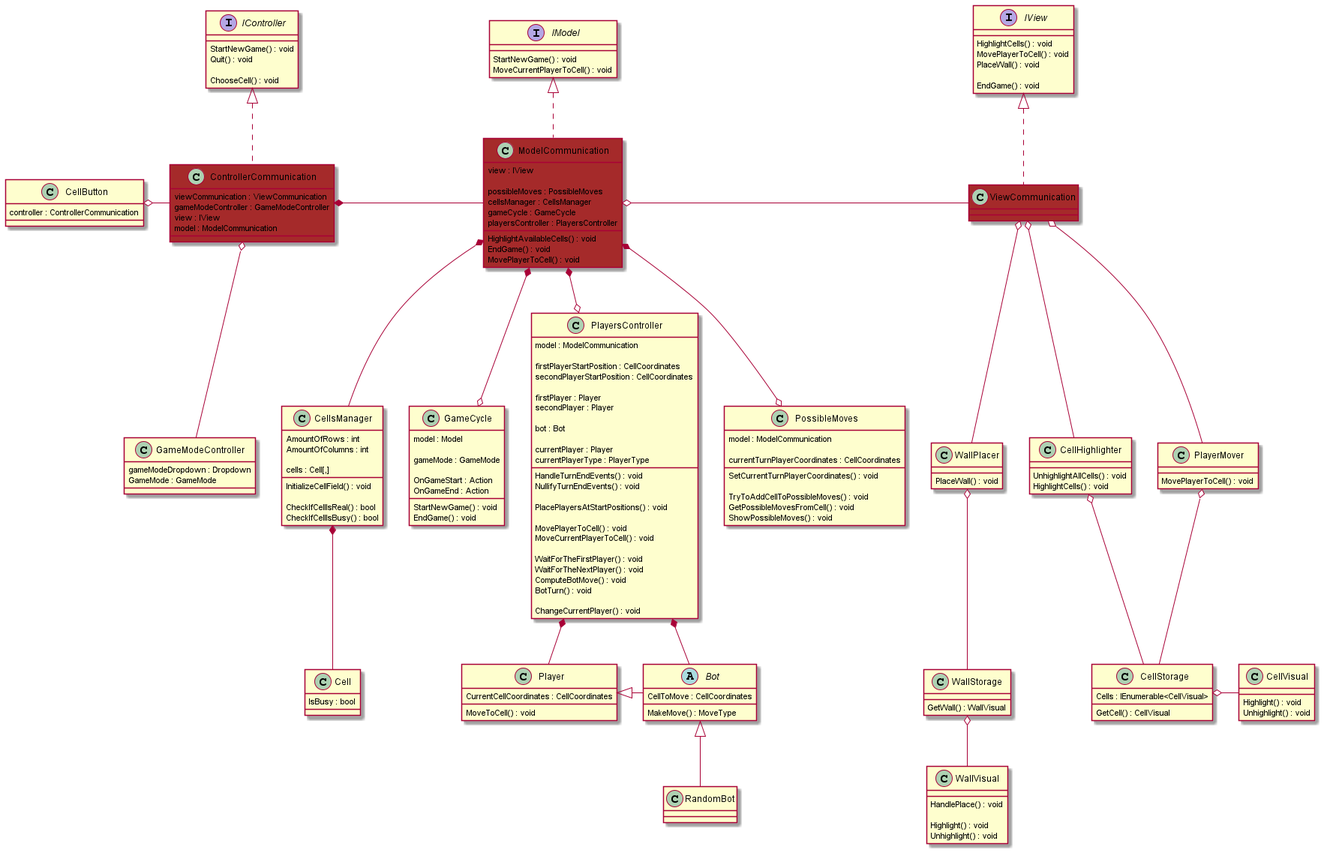
Earlier version of the PlantUML export Quoridor/Assets/Diagrams/diagram.png (snyk04/quoridor).
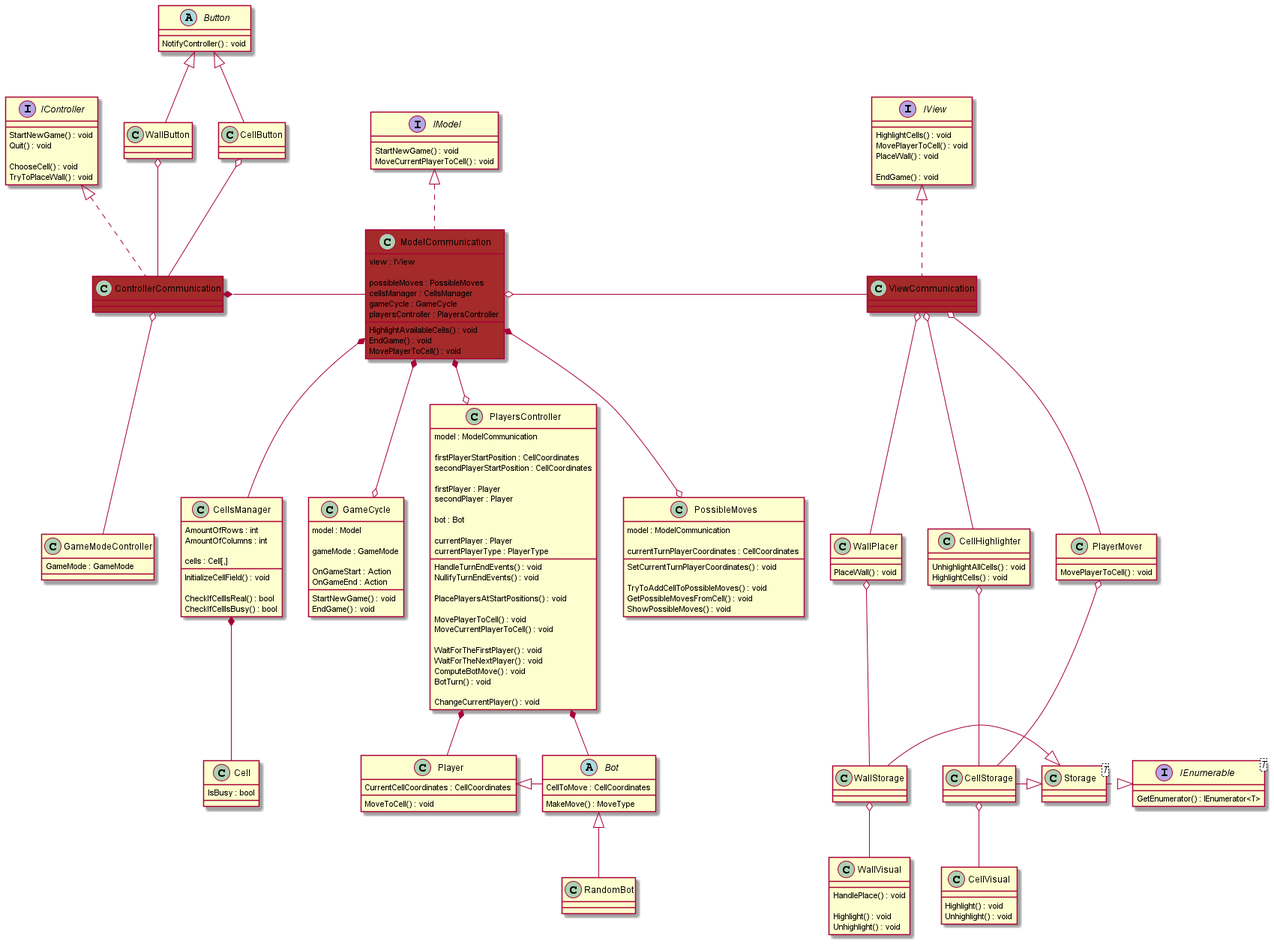
Above is the later version.

Change to the diagram source:
```diff
@@ -1,4 +1,4 @@
-@startuml
+@startuml <diagram.png>
 
 
 interface IModel
@@ -133,17 +133,18 @@
 }
 class ViewCommunication #brown
 
+interface IEnumerable<T>
+{
+    GetEnumerator() : IEnumerator<T>
+}
+class Storage<T>
+
 class CellHighlighter
 {
     UnhighlightAllCells() : void
     HighlightCells() : void
 }
 class CellStorage
-{
-   Cells : IEnumerable<CellVisual>
-
-   GetCell() : CellVisual
-}
 class CellVisual
 {
     Highlight() : void
@@ -155,9 +156,6 @@
     PlaceWall() : void
 }
 class WallStorage
-{
-   GetWall() : WallVisual
-}
 class WallVisual
 {
     HandlePlace() : void
@@ -173,13 +171,17 @@
 
 IView <|..  ViewCommunication
 
+Storage .|> IEnumerable
+CellStorage -|> Storage
+WallStorage -|> Storage
+
 ViewCommunication o-- CellHighlighter
 ViewCommunication o-- PlayerMover
 ViewCommunication o-- WallPlacer
 
 CellHighlighter o-- CellStorage
 PlayerMover o-- CellStorage
-CellStorage o- CellVisual
+CellStorage o-- CellVisual
 
 WallPlacer o-- WallStorage
 WallStorage o-- WallVisual
@@ -191,31 +193,32 @@
     Quit() : void
 
     ChooseCell() : void
+    TryToPlaceWall() : void
 }
 
 class ControllerCommunication #brown
-{
-    viewCommunication : ViewCommunication
-    gameModeController : GameModeController
-    view : IView
-    model : ModelCommunication
-}
 
 class GameModeController
 {
-    gameModeDropdown : Dropdown
     GameMode : GameMode
 }
+
+abstract class Button
+{
+    NotifyController() : void
+}
 class CellButton
-{
-    controller : ControllerCommunication
-}
+class WallButton
 
 IController <|.. ControllerCommunication
 
 ControllerCommunication *- ModelCommunication
 
 ControllerCommunication o-- GameModeController
-CellButton o- ControllerCommunication
+
+Button <|-- CellButton
+Button <|-- WallButton
+CellButton o-- ControllerCommunication
+WallButton o-- ControllerCommunication
 
 @enduml
```
